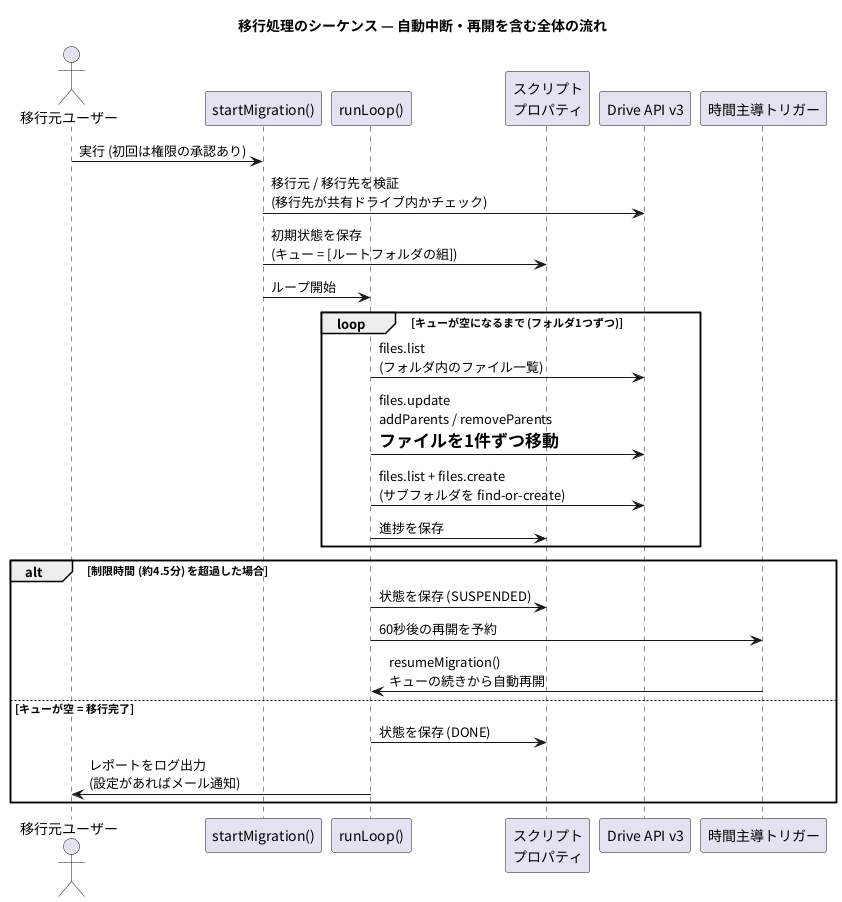
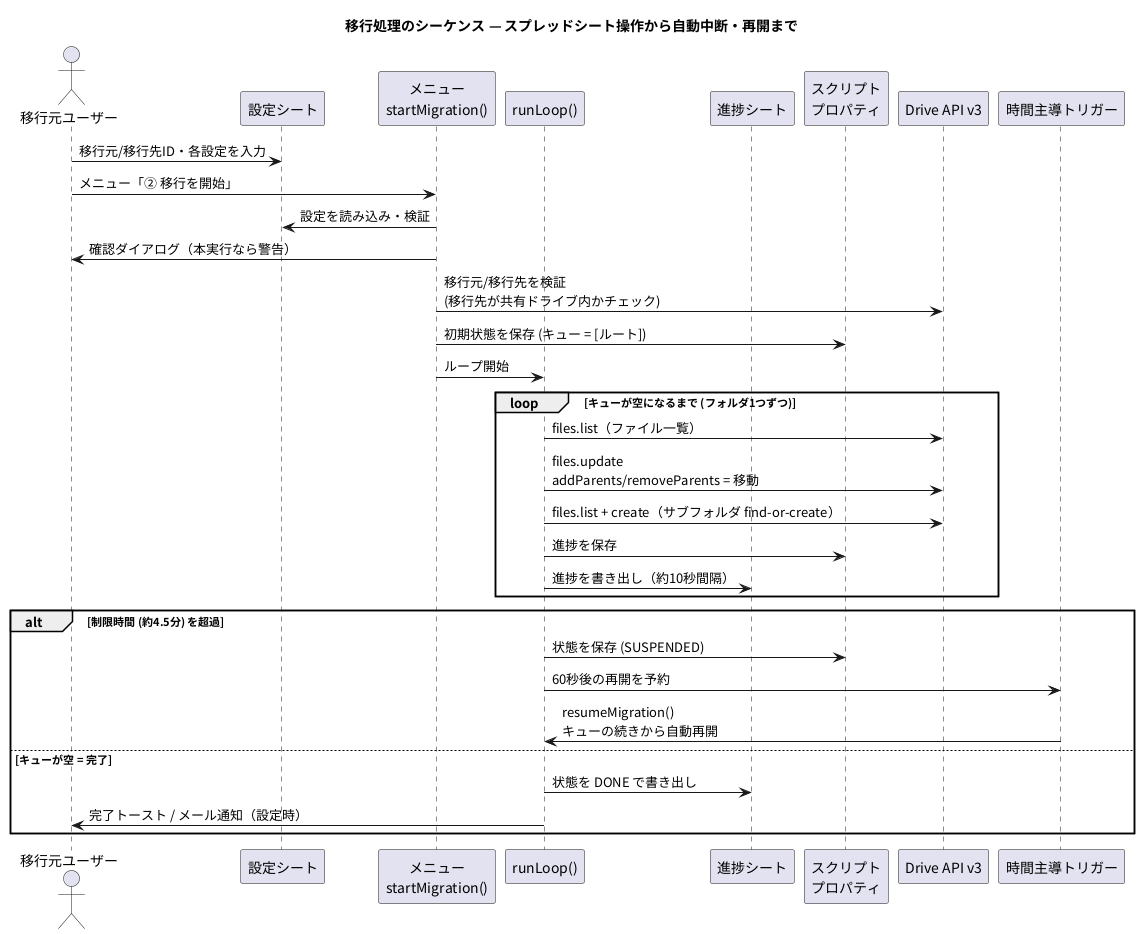
@startuml 04_sequence_migration
skinparam defaultFontName "Noto Sans CJK JP"
skinparam shadowing false
- title 移行処理のシーケンス — 自動中断・再開を含む全体の流れ
+ title 移行処理のシーケンス — スプレッドシート操作から自動中断・再開まで

actor "移行元ユーザー" as user
- participant "startMigration()" as start
+ participant "設定シート" as sheet
+ participant "メニュー\nstartMigration()" as start
participant "runLoop()" as run
+ participant "進捗シート" as prog
participant "スクリプト\nプロパティ" as props
participant "Drive API v3" as api
participant "時間主導トリガー" as trg

- user -> start : 実行 (初回は権限の承認あり)
- start -> api : 移行元 / 移行先を検証\n(移行先が共有ドライブ内かチェック)
- start -> props : 初期状態を保存\n(キュー = [ルートフォルダの組])
+ user -> sheet : 移行元/移行先ID・各設定を入力
+ user -> start : メニュー「② 移行を開始」
+ start -> sheet : 設定を読み込み・検証
+ start -> user : 確認ダイアログ（本実行なら警告）
+ start -> api : 移行元/移行先を検証\n(移行先が共有ドライブ内かチェック)
+ start -> props : 初期状態を保存 (キュー = [ルート])
start -> run : ループ開始

loop キューが空になるまで (フォルダ1つずつ)
-   run -> api : files.list\n(フォルダ内のファイル一覧)
-   run -> api : files.update\naddParents / removeParents\n= ファイルを1件ずつ移動
-   run -> api : files.list + files.create\n(サブフォルダを find-or-create)
+   run -> api : files.list（ファイル一覧）
+   run -> api : files.update\naddParents/removeParents = 移動
+   run -> api : files.list + create（サブフォルダ find-or-create）
  run -> props : 進捗を保存
+   run -> prog : 進捗を書き出し（約10秒間隔）
end

- alt 制限時間 (約4.5分) を超過した場合
+ alt 制限時間 (約4.5分) を超過
  run -> props : 状態を保存 (SUSPENDED)
  run -> trg : 60秒後の再開を予約
  trg -> run : resumeMigration()\nキューの続きから自動再開
- else キューが空 = 移行完了
-   run -> props : 状態を保存 (DONE)
-   run -> user : レポートをログ出力\n(設定があればメール通知)
+ else キューが空 = 完了
+   run -> prog : 状態を DONE で書き出し
+   run -> user : 完了トースト / メール通知（設定時）
end
@enduml
